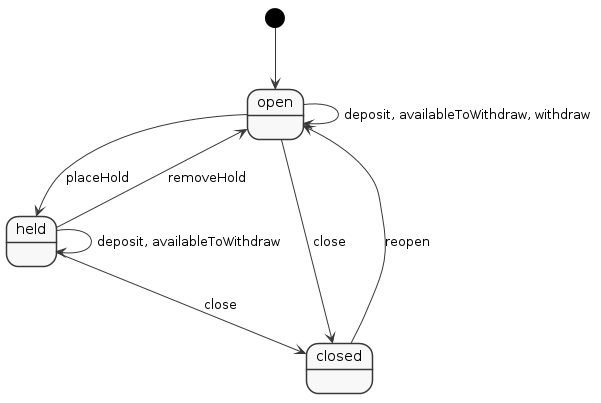
The PlantUML diagram images/diagram.png in richardTowers/java-statechart, before a commit.
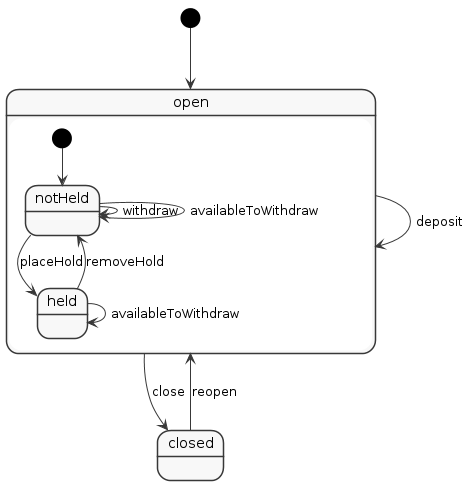
Above is the later version.

What changed in the source:
```diff
@@ -2,11 +2,15 @@
 skinparam monochrome true
 skinparam Shadowing false
 [*] --> open
-held --> held: deposit, availableToWithdraw
-held --> closed: close
-held --> open: removeHold
+state open {
+  [*] --> notHeld
+  notHeld --> notHeld: withdraw
+  notHeld --> notHeld: availableToWithdraw
+  notHeld --> held: placeHold
+  held --> notHeld: removeHold
+  held --> held: availableToWithdraw
+}
+open --> open: deposit
+open --> closed: close
 closed --> open: reopen
-open --> held: placeHold
-open --> closed: close
-open --> open: deposit, availableToWithdraw, withdraw
 @enduml
```
